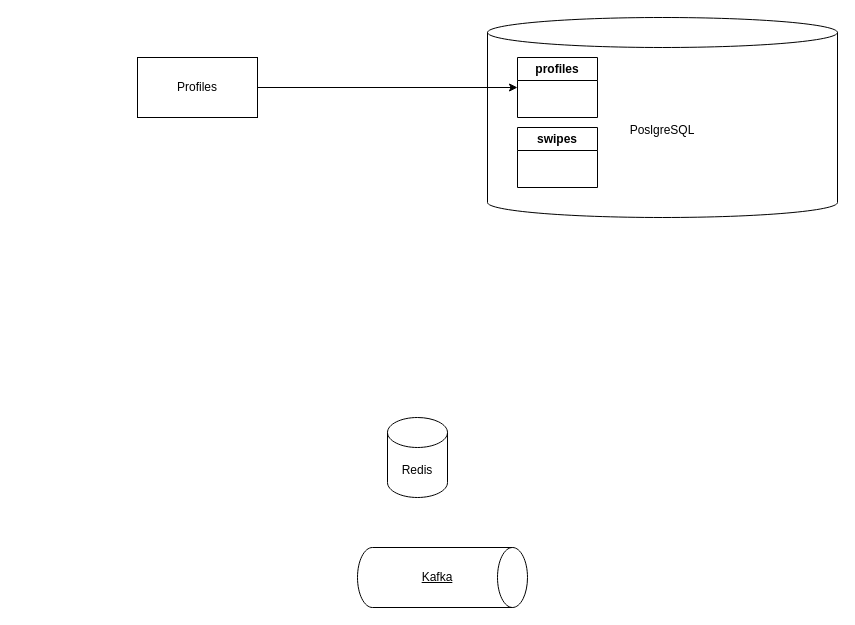
The draw.io diagram docs/architecture.drawio in oliver416/highload, before the edit. Source tidied: cells renumbered, new cells numbered last; positions are measured from the earlier drawing's top-left corner, leaving out a move shared by most shapes. Both pictures are drawn from the tidied source at 100%, with x=0, y=0 at pixel (137, 17).
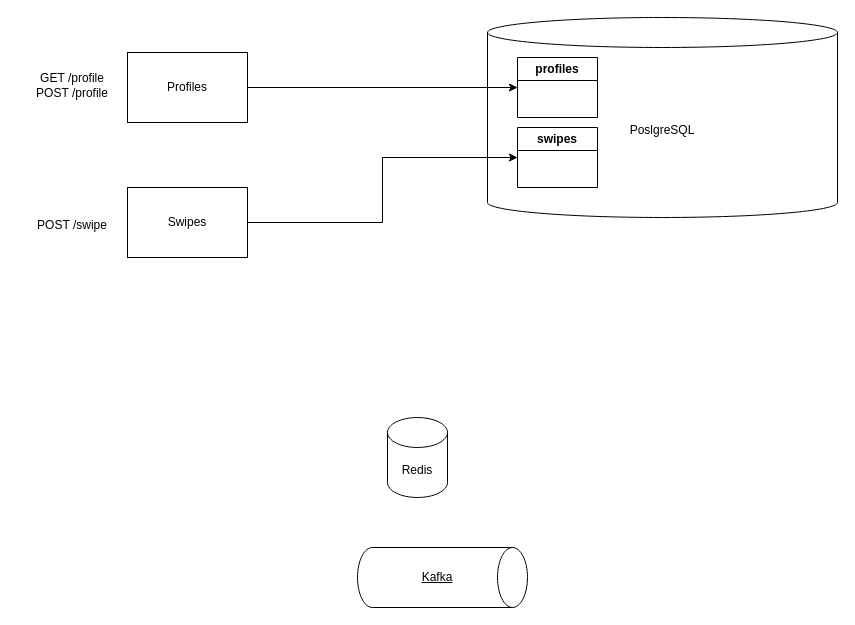
The same page after the edit.

Commit message (it also covers changes not shown here):
ADD: swipe microservice

Change to the diagram source:
```diff
@@
 <mxGraphModel>
   <root>
     <mxCell id="0" />
     <mxCell id="1" parent="0" />
     <mxCell id="2" value="Redis" style="shape=cylinder3;whiteSpace=wrap;html=1;boundedLbl=1;backgroundOutline=1;size=15;" parent="1" vertex="1">
       <mxGeometry x="250" y="400" width="60" height="80" as="geometry" />
     </mxCell>
     <mxCell id="3" style="group;" parent="1" vertex="1">
       <mxGeometry x="220" y="530" width="170" height="60" as="geometry" />
     </mxCell>
     <mxCell id="4" style="group;" parent="3" vertex="1">
       <mxGeometry width="170" height="60" as="geometry" />
     </mxCell>
     <mxCell id="5" style="shape=cylinder3;whiteSpace=wrap;html=1;boundedLbl=1;backgroundOutline=1;size=15;rotation=90;fontStyle=4;" parent="4" vertex="1">
       <mxGeometry x="55" y="-55" width="60" height="170" as="geometry" />
     </mxCell>
     <mxCell id="6" value="Kafka" style="text;html=1;align=center;verticalAlign=middle;whiteSpace=wrap;rounded=0;fontStyle=4;" parent="4" vertex="1">
       <mxGeometry x="50" y="15" width="60" height="30" as="geometry" />
     </mxCell>
     <mxCell id="7" value="Profiles" style="rounded=0;whiteSpace=wrap;html=1;" parent="1" vertex="1">
-      <mxGeometry y="40" width="120" height="60" as="geometry" />
+      <mxGeometry x="-10" y="35" width="120" height="70" as="geometry" />
     </mxCell>
     <mxCell id="8" value="PoslgreSQL" style="shape=cylinder3;whiteSpace=wrap;html=1;boundedLbl=1;backgroundOutline=1;size=15;" parent="1" vertex="1">
       <mxGeometry x="350" width="350" height="200" as="geometry" />
     </mxCell>
     <mxCell id="9" value="profiles" style="swimlane;whiteSpace=wrap;html=1;" parent="1" vertex="1">
       <mxGeometry x="380" y="40" width="80" height="60" as="geometry" />
     </mxCell>
     <mxCell id="10" value="swipes" style="swimlane;whiteSpace=wrap;html=1;" parent="1" vertex="1">
       <mxGeometry x="380" y="110" width="80" height="60" as="geometry" />
     </mxCell>
     <mxCell id="11" style="edgeStyle=orthogonalEdgeStyle;rounded=0;jettySize=auto;html=1;entryX=0;entryY=0.5;entryDx=0;entryDy=0;" parent="1" edge="1" source="7" target="9">
       <mxGeometry relative="1" as="geometry" />
     </mxCell>
+    <mxCell id="12" value="GET /profile&lt;div&gt;POST /profile&lt;/div&gt;" style="text;html=1;align=center;verticalAlign=middle;whiteSpace=wrap;rounded=0;" parent="1" vertex="1">
+      <mxGeometry x="-120" y="35" width="110" height="65" as="geometry" />
+    </mxCell>
+    <mxCell id="13" style="edgeStyle=orthogonalEdgeStyle;rounded=0;jettySize=auto;html=1;entryX=0;entryY=0.5;entryDx=0;entryDy=0;" parent="1" edge="1" source="14" target="10">
+      <mxGeometry relative="1" as="geometry" />
+    </mxCell>
+    <mxCell id="14" value="Swipes" style="rounded=0;whiteSpace=wrap;html=1;" parent="1" vertex="1">
+      <mxGeometry x="-10" y="170" width="120" height="70" as="geometry" />
+    </mxCell>
+    <mxCell id="15" value="&lt;div&gt;POST /swipe&lt;/div&gt;" style="text;html=1;align=center;verticalAlign=middle;whiteSpace=wrap;rounded=0;" parent="1" vertex="1">
+      <mxGeometry x="-120" y="175" width="110" height="65" as="geometry" />
+    </mxCell>
   </root>
 </mxGraphModel>
```
